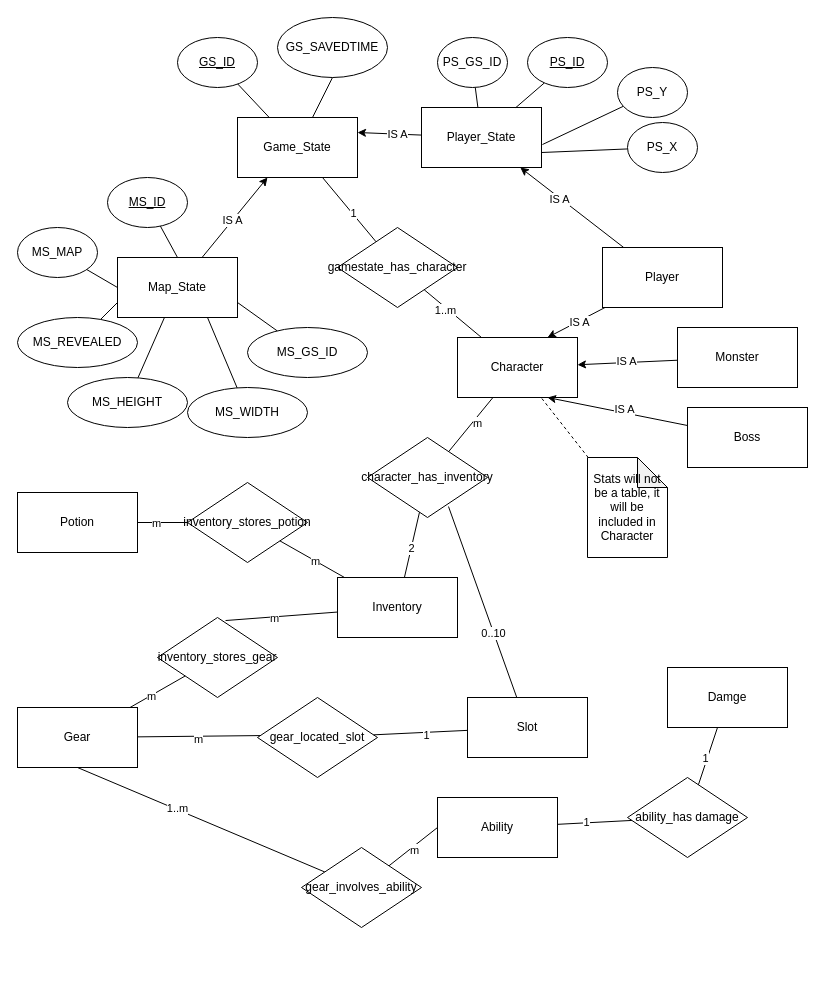
Earlier version of the draw.io diagram page "Items & Abilities" (3 of 3) of documents/erd/ERD_GameState.drawio (PM4-FS25-DungeonCrawl/DungeonCrawl). Source tidied: cells renumbered, new cells numbered last; positions are measured from the earlier drawing's top-left corner, leaving out a move shared by most shapes. Both pictures are drawn from the tidied source at 100%, with x=0, y=0 at pixel (17, 17).
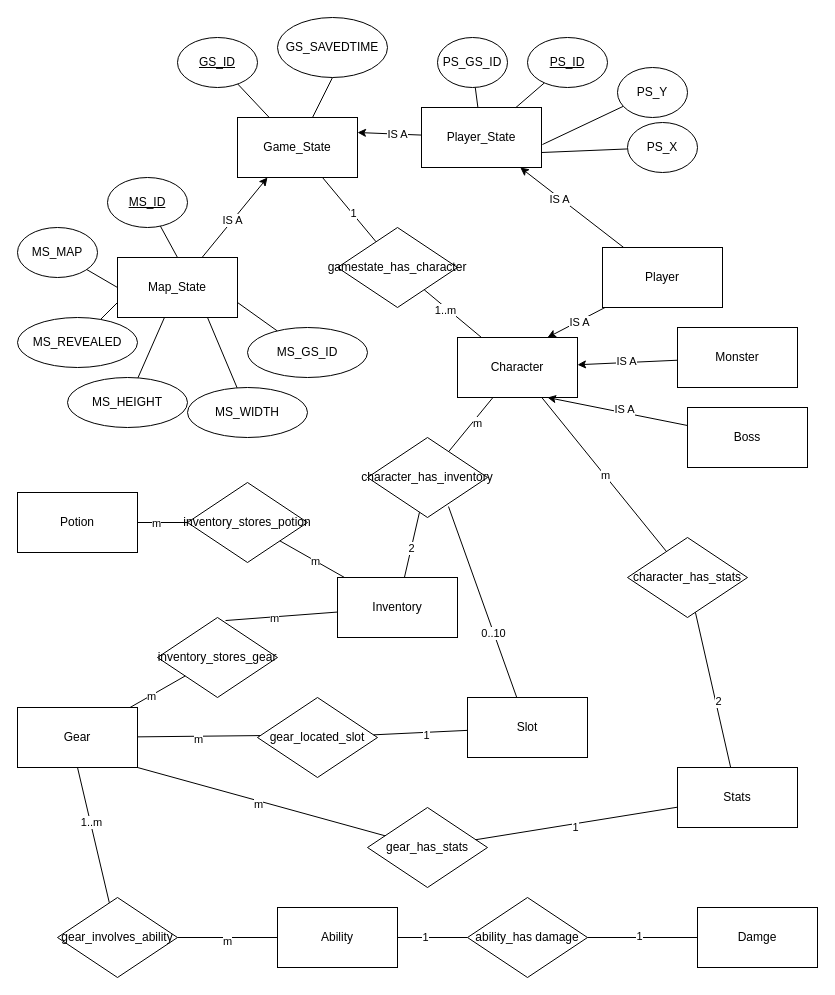
The same diagram, later.

Unchanged cells that the change refers to:
```xml
<mxCell id="33" value="Character" style="rounded=0;whiteSpace=wrap;html=1;" parent="1" vertex="1">
  <mxGeometry x="440" y="320" width="120" height="60" as="geometry" />
</mxCell>
<mxCell id="53" value="Gear" style="rounded=0;whiteSpace=wrap;html=1;" parent="1" vertex="1">
  <mxGeometry y="690" width="120" height="60" as="geometry" />
</mxCell>
```

The edit, as a diff of the source:
```diff
@@
-    <mxCell id="50" style="rounded=0;jettySize=auto;html=1;endArrow=none;endFill=0;dashed=1;" parent="1" edge="1" source="51" target="33">
-      <mxGeometry relative="1" as="geometry" />
-    </mxCell>
-    <mxCell id="51" value="Stats will not be a table, it will be included in Character" style="shape=note;whiteSpace=wrap;html=1;backgroundOutline=1;darkOpacity=0.05;" parent="1" vertex="1">
-      <mxGeometry x="570" y="440" width="80" height="100" as="geometry" />
-    </mxCell>
@@
     <mxCell id="55" value="Ability" style="rounded=0;whiteSpace=wrap;html=1;" parent="1" vertex="1">
-      <mxGeometry x="420" y="780" width="120" height="60" as="geometry" />
+      <mxGeometry x="260" y="890" width="120" height="60" as="geometry" />
     </mxCell>
     <mxCell id="56" value="Damge" style="rounded=0;whiteSpace=wrap;html=1;" parent="1" vertex="1">
-      <mxGeometry x="650" y="650" width="120" height="60" as="geometry" />
+      <mxGeometry x="680" y="890" width="120" height="60" as="geometry" />
     </mxCell>
@@
     <mxCell id="61" value="gear_involves_ability" style="rhombus;whiteSpace=wrap;html=1;" parent="1" vertex="1">
-      <mxGeometry x="284" y="830" width="120" height="80" as="geometry" />
+      <mxGeometry x="40" y="880" width="120" height="80" as="geometry" />
     </mxCell>
     <mxCell id="62" value="ability_has damage" style="rhombus;whiteSpace=wrap;html=1;" parent="1" vertex="1">
-      <mxGeometry x="610" y="760" width="120" height="80" as="geometry" />
+      <mxGeometry x="450" y="880" width="120" height="80" as="geometry" />
     </mxCell>
@@
+    <mxCell id="90" value="Stats" style="rounded=0;whiteSpace=wrap;html=1;" parent="1" vertex="1">
+      <mxGeometry x="660" y="750" width="120" height="60" as="geometry" />
+    </mxCell>
+    <mxCell id="91" value="gear_has_stats" style="rhombus;whiteSpace=wrap;html=1;" parent="1" vertex="1">
+      <mxGeometry x="350" y="790" width="120" height="80" as="geometry" />
+    </mxCell>
+    <mxCell id="92" value="character_has_stats" style="rhombus;whiteSpace=wrap;html=1;" parent="1" vertex="1">
+      <mxGeometry x="610" y="520" width="120" height="80" as="geometry" />
+    </mxCell>
+    <mxCell id="93" style="rounded=0;jettySize=auto;html=1;endArrow=none;endFill=0;exitX=1;exitY=1;exitDx=0;exitDy=0;" parent="1" edge="1" source="53" target="91">
+      <mxGeometry relative="1" as="geometry" />
+    </mxCell>
+    <mxCell id="94" value="m" style="edgeLabel;html=1;align=center;verticalAlign=middle;" parent="93" vertex="1">
+      <mxGeometry x="-0.02" y="-3" relative="1" as="geometry" />
+    </mxCell>
+    <mxCell id="95" style="rounded=0;jettySize=auto;html=1;endArrow=none;endFill=0;" parent="1" edge="1" source="91" target="90">
+      <mxGeometry relative="1" as="geometry" />
+    </mxCell>
+    <mxCell id="96" value="1" style="edgeLabel;html=1;align=center;verticalAlign=middle;" parent="95" vertex="1">
+      <mxGeometry x="-0.02" y="-3" relative="1" as="geometry" />
+    </mxCell>
+    <mxCell id="97" style="rounded=0;jettySize=auto;html=1;endArrow=none;endFill=0;" parent="1" edge="1" source="90" target="92">
+      <mxGeometry relative="1" as="geometry" />
+    </mxCell>
+    <mxCell id="98" value="2" style="edgeLabel;html=1;align=center;verticalAlign=middle;" parent="97" vertex="1">
+      <mxGeometry x="-0.14" y="-2" relative="1" as="geometry" />
+    </mxCell>
+    <mxCell id="99" style="rounded=0;jettySize=auto;html=1;endArrow=none;endFill=0;" parent="1" edge="1" source="92" target="33">
+      <mxGeometry relative="1" as="geometry" />
+    </mxCell>
+    <mxCell id="100" value="m" style="edgeLabel;html=1;align=center;verticalAlign=middle;" parent="99" vertex="1">
+      <mxGeometry x="-0.01" relative="1" as="geometry" />
+    </mxCell>
```
